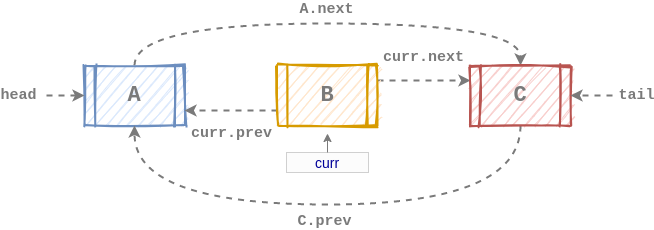
Earlier version of the draw.io export assets/images/data-structure/linked-list/dll-remove_at3.png (rolemadelen/euisblue.github.io). Source tidied: cells renumbered, new cells last; positions are measured from the earlier drawing's top-left corner, leaving out a move shared by most shapes. The source it was exported from:
```xml
<mxGraphModel>
  <root>
    <mxCell id="0" />
    <mxCell id="1" parent="0" />
    <mxCell id="2" value="&lt;span style=&quot;color: rgb(122 , 122 , 122) ; font-family: &amp;#34;courier new&amp;#34; ; font-size: 15px&quot;&gt;&lt;b&gt;A.next&lt;/b&gt;&lt;/span&gt;" style="edgeStyle=orthogonalEdgeStyle;rounded=0;sketch=0;jettySize=auto;html=1;exitX=0.5;exitY=0;exitDx=0;exitDy=0;entryX=0.5;entryY=0;entryDx=0;entryDy=0;dashed=1;endArrow=classic;endFill=1;strokeColor=#7a7a7a;strokeWidth=2;curved=1;" parent="1" edge="1" source="3" target="8">
      <mxGeometry y="14" relative="1" as="geometry">
        <Array as="points">
          <mxPoint x="88" />
          <mxPoint x="474" />
        </Array>
      </mxGeometry>
    </mxCell>
    <mxCell id="3" value="&lt;b&gt;&lt;font style=&quot;font-size: 22px&quot; face=&quot;Courier New&quot; color=&quot;#7a7a7a&quot;&gt;A&lt;/font&gt;&lt;/b&gt;" style="shape=process;whiteSpace=wrap;html=1;backgroundOutline=1;fillColor=#dae8fc;strokeColor=#6c8ebf;gradientDirection=east;strokeWidth=2;shadow=0;glass=0;sketch=1;" parent="1" vertex="1">
      <mxGeometry x="38" y="42" width="100" height="60" as="geometry" />
    </mxCell>
    <mxCell id="4" value="&lt;span style=&quot;color: rgb(122 , 122 , 122) ; font-family: &amp;#34;courier new&amp;#34; ; font-size: 15px ; font-style: normal ; letter-spacing: normal ; text-align: center ; text-indent: 0px ; text-transform: none ; word-spacing: 0px ; background-color: rgb(255 , 255 , 255) ; display: inline ; float: none&quot;&gt;curr.next&lt;/span&gt;" style="edgeStyle=none;rounded=0;sketch=0;jettySize=auto;html=1;exitX=1;exitY=0.25;exitDx=0;exitDy=0;entryX=0;entryY=0.25;entryDx=0;entryDy=0;dashed=1;endArrow=classic;endFill=1;strokeColor=#7a7a7a;strokeWidth=2;fontStyle=1;" parent="1" edge="1" source="6" target="8">
      <mxGeometry x="-0.01" y="23" relative="1" as="geometry" />
    </mxCell>
    <mxCell id="5" value="&lt;font style=&quot;font-size: 15px&quot; face=&quot;Courier New&quot; color=&quot;#7a7a7a&quot;&gt;curr.prev&lt;/font&gt;" style="edgeStyle=none;rounded=0;sketch=0;jettySize=auto;html=1;exitX=0;exitY=0.75;exitDx=0;exitDy=0;entryX=1;entryY=0.75;entryDx=0;entryDy=0;dashed=1;endArrow=classic;endFill=1;strokeColor=#7a7a7a;strokeWidth=2;fontStyle=1;" parent="1" edge="1" source="6" target="3">
      <mxGeometry x="-0.01" y="23" relative="1" as="geometry" />
    </mxCell>
    <mxCell id="6" value="&lt;div&gt;&lt;b style=&quot;font-size: 22px ; color: rgb(122 , 122 , 122) ; font-family: &amp;#34;courier new&amp;#34;&quot;&gt;B&lt;/b&gt;&lt;/div&gt;" style="shape=process;whiteSpace=wrap;html=1;backgroundOutline=1;fillColor=#ffe6cc;strokeColor=#d79b00;gradientDirection=east;strokeWidth=2;shadow=0;glass=0;sketch=1;align=center;" parent="1" vertex="1">
      <mxGeometry x="231" y="42" width="100" height="60" as="geometry" />
    </mxCell>
    <mxCell id="7" value="&lt;b style=&quot;color: rgb(122 , 122 , 122) ; font-family: &amp;#34;courier new&amp;#34; ; font-size: 15px ; font-style: normal ; letter-spacing: normal ; text-align: center ; text-indent: 0px ; text-transform: none ; word-spacing: 0px ; background-color: rgb(255 , 255 , 255)&quot;&gt;C.prev&lt;/b&gt;" style="edgeStyle=orthogonalEdgeStyle;rounded=0;sketch=0;jettySize=auto;html=1;exitX=0.5;exitY=1;exitDx=0;exitDy=0;entryX=0.5;entryY=1;entryDx=0;entryDy=0;dashed=1;endArrow=classic;endFill=1;strokeColor=#7a7a7a;strokeWidth=2;curved=1;" parent="1" edge="1" source="8" target="3">
      <mxGeometry x="0.01" y="17" relative="1" as="geometry">
        <Array as="points">
          <mxPoint x="474" y="181" />
          <mxPoint x="88" y="181" />
        </Array>
      </mxGeometry>
    </mxCell>
    <mxCell id="8" value="&lt;div&gt;&lt;b style=&quot;font-size: 22px ; color: rgb(122 , 122 , 122) ; font-family: &amp;#34;courier new&amp;#34;&quot;&gt;C&lt;/b&gt;&lt;/div&gt;" style="shape=process;whiteSpace=wrap;html=1;backgroundOutline=1;fillColor=#f8cecc;strokeColor=#b85450;gradientDirection=east;strokeWidth=2;shadow=0;glass=0;sketch=1;align=center;" parent="1" vertex="1">
      <mxGeometry x="424" y="42" width="100" height="60" as="geometry" />
    </mxCell>
    <mxCell id="9" value="&lt;span style=&quot;color: rgb(122 , 122 , 122) ; font-family: &amp;#34;courier new&amp;#34; ; font-size: 15px ; font-style: normal ; font-weight: 700 ; letter-spacing: normal ; text-align: center ; text-indent: 0px ; text-transform: none ; word-spacing: 0px ; background-color: rgb(255 , 255 , 255) ; display: inline ; float: none&quot;&gt;tail&lt;/span&gt;" style="endArrow=classic;html=1;dashed=1;strokeColor=#7a7a7a;strokeWidth=2;entryX=1;entryY=0.5;entryDx=0;entryDy=0;" parent="1" edge="1" target="8">
      <mxGeometry x="-1" y="-24" relative="1" as="geometry">
        <mxPoint x="566" y="72" as="sourcePoint" />
        <mxPoint x="24" y="24" as="offset" />
      </mxGeometry>
    </mxCell>
    <mxCell id="10" value="&lt;font style=&quot;font-size: 15px&quot; face=&quot;Courier New&quot; color=&quot;#7a7a7a&quot;&gt;head&lt;/font&gt;" style="endArrow=classic;html=1;dashed=1;strokeColor=#7a7a7a;strokeWidth=2;entryX=0;entryY=0.5;entryDx=0;entryDy=0;fontStyle=1;" parent="1" edge="1" target="3">
      <mxGeometry x="-1" y="-28" relative="1" as="geometry">
        <mxPoint y="72" as="sourcePoint" />
        <mxPoint x="-28" y="-28" as="offset" />
      </mxGeometry>
    </mxCell>
    <mxCell id="11" style="edgeStyle=none;rounded=0;sketch=0;jettySize=auto;html=1;exitX=0.5;exitY=0;exitDx=0;exitDy=0;endArrow=classic;endFill=1;strokeColor=#7a7a7a;strokeWidth=1;" parent="1" edge="1" source="12">
      <mxGeometry relative="1" as="geometry">
        <mxPoint x="281" y="110" as="targetPoint" />
      </mxGeometry>
    </mxCell>
    <mxCell id="12" value="&lt;span&gt;&lt;font style=&quot;font-size: 14px&quot; color=&quot;#000099&quot;&gt;curr&lt;/font&gt;&lt;/span&gt;" style="text;html=1;align=center;verticalAlign=middle;whiteSpace=wrap;rounded=0;shadow=0;glass=0;sketch=0;opacity=30;fontStyle=0;fillColor=#f5f5f5;strokeColor=#666666;fontColor=#333333;" parent="1" vertex="1">
      <mxGeometry x="240" y="129" width="82" height="20" as="geometry" />
    </mxCell>
  </root>
</mxGraphModel>
```
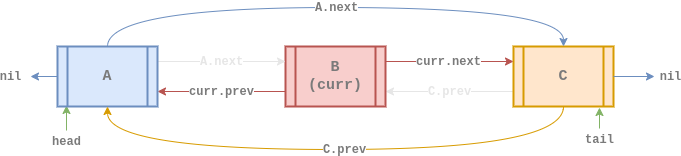
The same diagram one commit later.

Change to the diagram source:
```diff
@@ -2,56 +2,66 @@
   <root>
     <mxCell id="0" />
     <mxCell id="1" parent="0" />
-    <mxCell id="2" value="&lt;span style=&quot;color: rgb(122 , 122 , 122) ; font-family: &amp;#34;courier new&amp;#34; ; font-size: 15px&quot;&gt;&lt;b&gt;A.next&lt;/b&gt;&lt;/span&gt;" style="edgeStyle=orthogonalEdgeStyle;rounded=0;sketch=0;jettySize=auto;html=1;exitX=0.5;exitY=0;exitDx=0;exitDy=0;entryX=0.5;entryY=0;entryDx=0;entryDy=0;dashed=1;endArrow=classic;endFill=1;strokeColor=#7a7a7a;strokeWidth=2;curved=1;" parent="1" edge="1" source="3" target="8">
-      <mxGeometry y="14" relative="1" as="geometry">
-        <Array as="points">
-          <mxPoint x="88" />
-          <mxPoint x="474" />
-        </Array>
+    <mxCell id="2" value="&lt;font color=&quot;#7a7a7a&quot; face=&quot;courier new&quot;&gt;&lt;span style=&quot;font-size: 12px&quot;&gt;&lt;b&gt;head&lt;/b&gt;&lt;/span&gt;&lt;/font&gt;" style="rounded=0;jettySize=auto;html=1;fillColor=#d5e8d4;strokeColor=#82b366;entryX=0.09;entryY=0.983;entryDx=0;entryDy=0;entryPerimeter=0;" parent="1" edge="1" target="11">
+      <mxGeometry x="-1" y="-11" relative="1" as="geometry">
+        <mxPoint x="205" y="126" as="sourcePoint" />
+        <mxPoint x="-11" y="11" as="offset" />
       </mxGeometry>
     </mxCell>
-    <mxCell id="3" value="&lt;b&gt;&lt;font style=&quot;font-size: 22px&quot; face=&quot;Courier New&quot; color=&quot;#7a7a7a&quot;&gt;A&lt;/font&gt;&lt;/b&gt;" style="shape=process;whiteSpace=wrap;html=1;backgroundOutline=1;fillColor=#dae8fc;strokeColor=#6c8ebf;gradientDirection=east;strokeWidth=2;shadow=0;glass=0;sketch=1;" parent="1" vertex="1">
-      <mxGeometry x="38" y="42" width="100" height="60" as="geometry" />
+    <mxCell id="3" value="&lt;font color=&quot;#7a7a7a&quot; face=&quot;courier new&quot;&gt;&lt;span style=&quot;font-size: 12px&quot;&gt;&lt;b&gt;tail&lt;/b&gt;&lt;/span&gt;&lt;/font&gt;" style="rounded=0;jettySize=auto;html=1;fillColor=#d5e8d4;strokeColor=#82b366;entryX=0.86;entryY=1.017;entryDx=0;entryDy=0;entryPerimeter=0;" parent="1" edge="1" target="5">
+      <mxGeometry x="-1" y="-11" relative="1" as="geometry">
+        <mxPoint x="738" y="124" as="sourcePoint" />
+        <mxPoint x="-11" y="11" as="offset" />
+      </mxGeometry>
     </mxCell>
-    <mxCell id="4" value="&lt;span style=&quot;color: rgb(122 , 122 , 122) ; font-family: &amp;#34;courier new&amp;#34; ; font-size: 15px ; font-style: normal ; letter-spacing: normal ; text-align: center ; text-indent: 0px ; text-transform: none ; word-spacing: 0px ; background-color: rgb(255 , 255 , 255) ; display: inline ; float: none&quot;&gt;curr.next&lt;/span&gt;" style="edgeStyle=none;rounded=0;sketch=0;jettySize=auto;html=1;exitX=1;exitY=0.25;exitDx=0;exitDy=0;entryX=0;entryY=0.25;entryDx=0;entryDy=0;dashed=1;endArrow=classic;endFill=1;strokeColor=#7a7a7a;strokeWidth=2;fontStyle=1;" parent="1" edge="1" source="6" target="8">
-      <mxGeometry x="-0.01" y="23" relative="1" as="geometry" />
+    <mxCell id="4" value="&lt;b style=&quot;font-size: 11px ; font-style: normal ; letter-spacing: normal ; text-align: center ; text-indent: 0px ; text-transform: none ; word-spacing: 0px ; font-family: &amp;#34;courier new&amp;#34;&quot;&gt;&lt;font style=&quot;font-size: 12px&quot; color=&quot;#e6e6e6&quot;&gt;C.prev&lt;/font&gt;&lt;/b&gt;" style="edgeStyle=none;rounded=0;sketch=0;jettySize=auto;html=1;exitX=0;exitY=0.75;exitDx=0;exitDy=0;entryX=1;entryY=0.75;entryDx=0;entryDy=0;strokeWidth=1;fillColor=#ffe6cc;strokeColor=#E6E6E6;" parent="1" edge="1" source="5" target="8">
+      <mxGeometry relative="1" as="geometry" />
     </mxCell>
-    <mxCell id="5" value="&lt;font style=&quot;font-size: 15px&quot; face=&quot;Courier New&quot; color=&quot;#7a7a7a&quot;&gt;curr.prev&lt;/font&gt;" style="edgeStyle=none;rounded=0;sketch=0;jettySize=auto;html=1;exitX=0;exitY=0.75;exitDx=0;exitDy=0;entryX=1;entryY=0.75;entryDx=0;entryDy=0;dashed=1;endArrow=classic;endFill=1;strokeColor=#7a7a7a;strokeWidth=2;fontStyle=1;" parent="1" edge="1" source="6" target="3">
-      <mxGeometry x="-0.01" y="23" relative="1" as="geometry" />
+    <mxCell id="5" value="&lt;b&gt;&lt;font style=&quot;font-size: 15px ; font-style: normal&quot; face=&quot;Courier New&quot; color=&quot;#7a7a7a&quot;&gt;C&lt;/font&gt;&lt;/b&gt;" style="shape=process;whiteSpace=wrap;html=1;backgroundOutline=1;fillColor=#ffe6cc;strokeColor=#d79b00;gradientDirection=east;strokeWidth=2;shadow=0;glass=0;sketch=0;fontStyle=2;" parent="1" vertex="1">
+      <mxGeometry x="652" y="42" width="100" height="60" as="geometry" />
     </mxCell>
-    <mxCell id="6" value="&lt;div&gt;&lt;b style=&quot;font-size: 22px ; color: rgb(122 , 122 , 122) ; font-family: &amp;#34;courier new&amp;#34;&quot;&gt;B&lt;/b&gt;&lt;/div&gt;" style="shape=process;whiteSpace=wrap;html=1;backgroundOutline=1;fillColor=#ffe6cc;strokeColor=#d79b00;gradientDirection=east;strokeWidth=2;shadow=0;glass=0;sketch=1;align=center;" parent="1" vertex="1">
-      <mxGeometry x="231" y="42" width="100" height="60" as="geometry" />
+    <mxCell id="6" value="&lt;b style=&quot;font-size: 11px ; letter-spacing: normal ; text-align: center ; text-indent: 0px ; text-transform: none ; word-spacing: 0px ; font-family: &amp;#34;courier new&amp;#34;&quot;&gt;&lt;font style=&quot;font-size: 12px&quot; color=&quot;#7a7a7a&quot;&gt;curr.next&lt;/font&gt;&lt;/b&gt;" style="rounded=0;sketch=0;jettySize=auto;html=1;exitX=1;exitY=0.25;exitDx=0;exitDy=0;entryX=0;entryY=0.25;entryDx=0;entryDy=0;strokeColor=#b85450;strokeWidth=1;fillColor=#f8cecc;fontStyle=0;" parent="1" edge="1" source="8" target="5">
+      <mxGeometry x="-0.01" relative="1" as="geometry" />
     </mxCell>
-    <mxCell id="7" value="&lt;b style=&quot;color: rgb(122 , 122 , 122) ; font-family: &amp;#34;courier new&amp;#34; ; font-size: 15px ; font-style: normal ; letter-spacing: normal ; text-align: center ; text-indent: 0px ; text-transform: none ; word-spacing: 0px ; background-color: rgb(255 , 255 , 255)&quot;&gt;C.prev&lt;/b&gt;" style="edgeStyle=orthogonalEdgeStyle;rounded=0;sketch=0;jettySize=auto;html=1;exitX=0.5;exitY=1;exitDx=0;exitDy=0;entryX=0.5;entryY=1;entryDx=0;entryDy=0;dashed=1;endArrow=classic;endFill=1;strokeColor=#7a7a7a;strokeWidth=2;curved=1;" parent="1" edge="1" source="8" target="3">
-      <mxGeometry x="0.01" y="17" relative="1" as="geometry">
-        <Array as="points">
-          <mxPoint x="474" y="181" />
-          <mxPoint x="88" y="181" />
-        </Array>
-      </mxGeometry>
+    <mxCell id="7" value="&lt;b style=&quot;color: rgb(0 , 0 , 0) ; font-size: 11px ; font-style: normal ; letter-spacing: normal ; text-align: center ; text-indent: 0px ; text-transform: none ; word-spacing: 0px ; font-family: &amp;#34;courier new&amp;#34;&quot;&gt;&lt;font color=&quot;#7a7a7a&quot; style=&quot;font-size: 12px&quot;&gt;curr.prev&lt;/font&gt;&lt;/b&gt;" style="edgeStyle=orthogonalEdgeStyle;rounded=0;jettySize=auto;html=1;exitX=0;exitY=0.75;exitDx=0;exitDy=0;entryX=1;entryY=0.75;entryDx=0;entryDy=0;fillColor=#f8cecc;strokeColor=#b85450;" parent="1" edge="1" source="8" target="11">
+      <mxGeometry relative="1" as="geometry" />
     </mxCell>
-    <mxCell id="8" value="&lt;div&gt;&lt;b style=&quot;font-size: 22px ; color: rgb(122 , 122 , 122) ; font-family: &amp;#34;courier new&amp;#34;&quot;&gt;C&lt;/b&gt;&lt;/div&gt;" style="shape=process;whiteSpace=wrap;html=1;backgroundOutline=1;fillColor=#f8cecc;strokeColor=#b85450;gradientDirection=east;strokeWidth=2;shadow=0;glass=0;sketch=1;align=center;" parent="1" vertex="1">
+    <mxCell id="8" value="&lt;div&gt;&lt;font color=&quot;#7a7a7a&quot; face=&quot;courier new&quot; style=&quot;font-size: 15px&quot;&gt;B&lt;/font&gt;&lt;/div&gt;&lt;div&gt;&lt;font color=&quot;#7a7a7a&quot; face=&quot;courier new&quot; style=&quot;font-size: 15px&quot;&gt;(curr)&lt;/font&gt;&lt;/div&gt;" style="shape=process;whiteSpace=wrap;html=1;backgroundOutline=1;fillColor=#f8cecc;strokeColor=#b85450;gradientDirection=east;strokeWidth=2;shadow=0;glass=0;align=center;sketch=0;fontStyle=1;" parent="1" vertex="1">
       <mxGeometry x="424" y="42" width="100" height="60" as="geometry" />
     </mxCell>
-    <mxCell id="9" value="&lt;span style=&quot;color: rgb(122 , 122 , 122) ; font-family: &amp;#34;courier new&amp;#34; ; font-size: 15px ; font-style: normal ; font-weight: 700 ; letter-spacing: normal ; text-align: center ; text-indent: 0px ; text-transform: none ; word-spacing: 0px ; background-color: rgb(255 , 255 , 255) ; display: inline ; float: none&quot;&gt;tail&lt;/span&gt;" style="endArrow=classic;html=1;dashed=1;strokeColor=#7a7a7a;strokeWidth=2;entryX=1;entryY=0.5;entryDx=0;entryDy=0;" parent="1" edge="1" target="8">
-      <mxGeometry x="-1" y="-24" relative="1" as="geometry">
-        <mxPoint x="566" y="72" as="sourcePoint" />
-        <mxPoint x="24" y="24" as="offset" />
-      </mxGeometry>
+    <mxCell id="9" value="&lt;font face=&quot;courier new&quot; color=&quot;#e6e6e6&quot;&gt;&lt;span style=&quot;font-size: 12px&quot;&gt;&lt;b&gt;A.next&lt;/b&gt;&lt;/span&gt;&lt;/font&gt;" style="edgeStyle=orthogonalEdgeStyle;curved=1;rounded=0;jettySize=auto;html=1;exitX=1;exitY=0.25;exitDx=0;exitDy=0;entryX=0;entryY=0.25;entryDx=0;entryDy=0;fillColor=#dae8fc;strokeColor=#E6E6E6;" parent="1" edge="1" source="11" target="8">
+      <mxGeometry relative="1" as="geometry" />
     </mxCell>
-    <mxCell id="10" value="&lt;font style=&quot;font-size: 15px&quot; face=&quot;Courier New&quot; color=&quot;#7a7a7a&quot;&gt;head&lt;/font&gt;" style="endArrow=classic;html=1;dashed=1;strokeColor=#7a7a7a;strokeWidth=2;entryX=0;entryY=0.5;entryDx=0;entryDy=0;fontStyle=1;" parent="1" edge="1" target="3">
-      <mxGeometry x="-1" y="-28" relative="1" as="geometry">
-        <mxPoint y="72" as="sourcePoint" />
-        <mxPoint x="-28" y="-28" as="offset" />
+    <mxCell id="10" value="&lt;font color=&quot;#7a7a7a&quot; face=&quot;courier new&quot;&gt;&lt;span style=&quot;font-size: 12px&quot;&gt;&lt;b&gt;nil&lt;/b&gt;&lt;/span&gt;&lt;/font&gt;" style="rounded=0;jettySize=auto;html=1;exitX=0;exitY=0.5;exitDx=0;exitDy=0;fillColor=#dae8fc;strokeColor=#6c8ebf;" parent="1" edge="1" source="11">
+      <mxGeometry x="1" y="20" relative="1" as="geometry">
+        <mxPoint x="169" y="72" as="targetPoint" />
+        <mxPoint x="-20" y="-20" as="offset" />
       </mxGeometry>
     </mxCell>
-    <mxCell id="11" style="edgeStyle=none;rounded=0;sketch=0;jettySize=auto;html=1;exitX=0.5;exitY=0;exitDx=0;exitDy=0;endArrow=classic;endFill=1;strokeColor=#7a7a7a;strokeWidth=1;" parent="1" edge="1" source="12">
-      <mxGeometry relative="1" as="geometry">
-        <mxPoint x="281" y="110" as="targetPoint" />
-      </mxGeometry>
+    <mxCell id="11" value="&lt;div&gt;&lt;font color=&quot;#7a7a7a&quot; face=&quot;courier new&quot;&gt;&lt;span style=&quot;font-size: 15px&quot;&gt;A&lt;/span&gt;&lt;/font&gt;&lt;/div&gt;" style="shape=process;whiteSpace=wrap;html=1;backgroundOutline=1;fillColor=#dae8fc;strokeColor=#6c8ebf;gradientDirection=east;strokeWidth=2;shadow=0;glass=0;align=center;sketch=0;fontStyle=1;" parent="1" vertex="1">
+      <mxGeometry x="196" y="42" width="100" height="60" as="geometry" />
     </mxCell>
-    <mxCell id="12" value="&lt;span&gt;&lt;font style=&quot;font-size: 14px&quot; color=&quot;#000099&quot;&gt;curr&lt;/font&gt;&lt;/span&gt;" style="text;html=1;align=center;verticalAlign=middle;whiteSpace=wrap;rounded=0;shadow=0;glass=0;sketch=0;opacity=30;fontStyle=0;fillColor=#f5f5f5;strokeColor=#666666;fontColor=#333333;" parent="1" vertex="1">
-      <mxGeometry x="240" y="129" width="82" height="20" as="geometry" />
+    <mxCell id="12" value="&lt;font color=&quot;#7a7a7a&quot; face=&quot;courier new&quot;&gt;&lt;span style=&quot;font-size: 12px&quot;&gt;&lt;b&gt;nil&lt;/b&gt;&lt;/span&gt;&lt;/font&gt;" style="rounded=0;jettySize=auto;html=1;fillColor=#dae8fc;strokeColor=#6c8ebf;exitX=1;exitY=0.5;exitDx=0;exitDy=0;" parent="1" edge="1" source="5">
+      <mxGeometry x="1" y="16" relative="1" as="geometry">
+        <mxPoint x="793" y="72" as="targetPoint" />
+        <mxPoint x="16" y="16" as="offset" />
+      </mxGeometry>
     </mxCell>
+    <mxCell id="13" value="&lt;font color=&quot;#7a7a7a&quot; face=&quot;courier new&quot;&gt;&lt;span style=&quot;font-size: 12px&quot;&gt;&lt;b&gt;A.next&lt;/b&gt;&lt;/span&gt;&lt;/font&gt;" style="edgeStyle=orthogonalEdgeStyle;curved=1;rounded=0;jettySize=auto;html=1;exitX=0.5;exitY=0;exitDx=0;exitDy=0;entryX=0.5;entryY=0;entryDx=0;entryDy=0;fillColor=#dae8fc;strokeColor=#6c8ebf;" parent="1" edge="1" source="11" target="5">
+      <mxGeometry relative="1" as="geometry">
+        <Array as="points">
+          <mxPoint x="246" y="3" />
+          <mxPoint x="702" y="3" />
+        </Array>
+      </mxGeometry>
+    </mxCell>
+    <mxCell id="14" value="&lt;b style=&quot;color: rgb(0 , 0 , 0) ; font-size: 11px ; font-style: normal ; letter-spacing: normal ; text-align: center ; text-indent: 0px ; text-transform: none ; word-spacing: 0px ; font-family: &amp;#34;courier new&amp;#34;&quot;&gt;&lt;font color=&quot;#7a7a7a&quot; style=&quot;font-size: 12px&quot;&gt;C.prev&lt;/font&gt;&lt;/b&gt;" style="edgeStyle=orthogonalEdgeStyle;rounded=0;sketch=0;jettySize=auto;html=1;exitX=0.5;exitY=1;exitDx=0;exitDy=0;entryX=0.5;entryY=1;entryDx=0;entryDy=0;strokeColor=#d79b00;strokeWidth=1;fillColor=#ffe6cc;curved=1;" parent="1" edge="1" source="5" target="11">
+      <mxGeometry x="-0.03" relative="1" as="geometry">
+        <Array as="points">
+          <mxPoint x="702" y="145" />
+          <mxPoint x="246" y="145" />
+        </Array>
+      </mxGeometry>
+    </mxCell>
   </root>
 </mxGraphModel>
```
